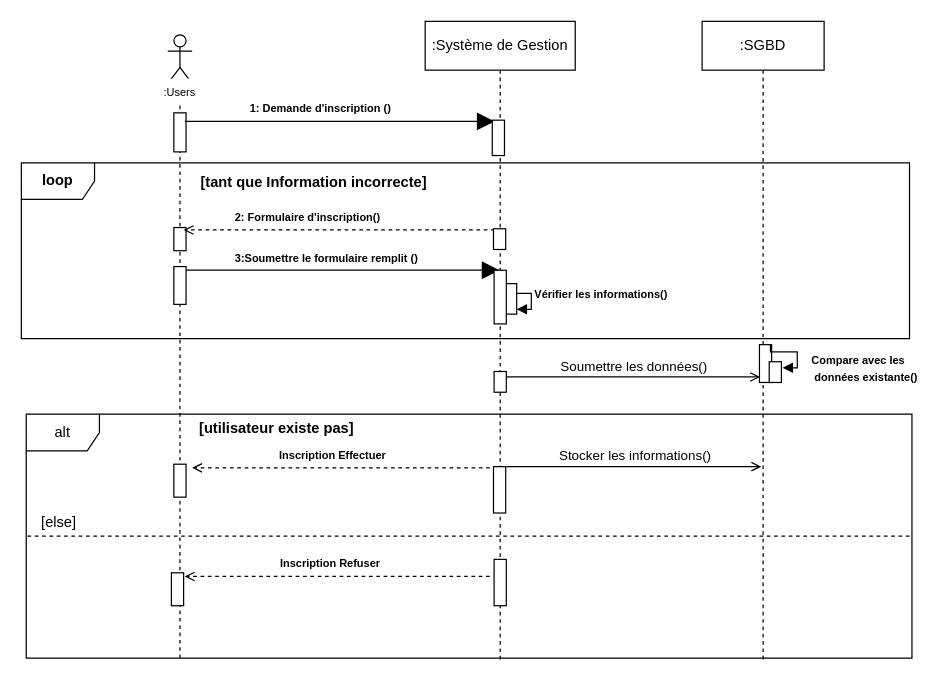
louis-fresnel99/TpGasaL1 keeps this draw.io diagram as Diagramme sequence5.drawio. Above is the earlier version. Source tidied: cells renumbered, new cells numbered last; positions are measured from the earlier drawing's top-left corner, leaving out a move shared by most shapes. Both pictures are drawn from the tidied source at 122%, with x=0, y=0 at pixel (21, 21).
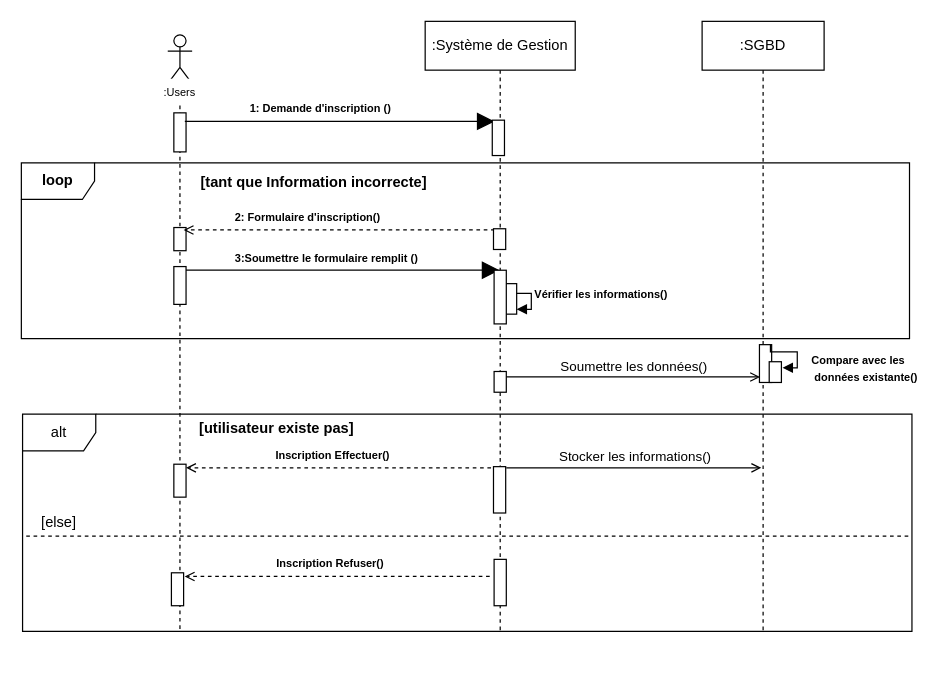
Above is the later version.

Commit message (it also covers changes not shown here):
Mettre à jour Diagramme sequence5.drawio

What changed in the source:
```diff
@@
     <mxCell id="2" value=":Système de Gestion" style="shape=umlLifeline;perimeter=lifelinePerimeter;whiteSpace=wrap;html=1;newEdgeStyle={&quot;edgeStyle&quot;:&quot;elbowEdgeStyle&quot;,&quot;elbow&quot;:&quot;vertical&quot;,&quot;curved&quot;:0,&quot;rounded&quot;:0};fillColor=light-dark(#FFFFFF, #ffffff);strokeColor=light-dark(#000000,#000000);labelBackgroundColor=none;fontColor=light-dark(#000000,#000000);" parent="1" vertex="1">
-      <mxGeometry x="331" width="123" height="524" as="geometry" />
+      <mxGeometry x="331" width="123" height="502" as="geometry" />
     </mxCell>
     <mxCell id="3" style="shape=umlLifeline;perimeter=lifelinePerimeter;whiteSpace=wrap;html=1;newEdgeStyle={&quot;curved&quot;:0,&quot;rounded&quot;:0};participant=umlActor;fillColor=light-dark(#FFFFFF,#000000);strokeColor=light-dark(#000000,#000000);" parent="1" vertex="1">
-      <mxGeometry x="120" y="11" width="20" height="511" as="geometry" />
+      <mxGeometry x="120" y="11" width="20" height="488" as="geometry" />
     </mxCell>
@@
     <mxCell id="19" value="alt" style="shape=umlFrame;whiteSpace=wrap;html=1;" parent="1" vertex="1">
-      <mxGeometry x="4" y="322" width="726" height="200" as="geometry" />
+      <mxGeometry x="1" y="322" width="729" height="178" as="geometry" />
     </mxCell>
@@
     <mxCell id="21" style="endArrow=open;html=1;rounded=0;strokeColor=light-dark(#000000,#000000);dashed=1;strokeWidth=1;endFill=0;" parent="1" edge="1">
       <mxGeometry relative="1" as="geometry">
-        <mxPoint x="390" y="366" as="sourcePoint" />
-        <mxPoint x="140" y="366" as="targetPoint" />
+        <mxPoint x="385" y="366" as="sourcePoint" />
+        <mxPoint x="135" y="366" as="targetPoint" />
       </mxGeometry>
     </mxCell>
-    <mxCell id="22" value="&lt;font style=&quot;color: light-dark(rgb(0, 0, 0), rgb(0, 0, 0)); font-size: 9px;&quot;&gt;&lt;b&gt;Inscription Effectuer&lt;/b&gt;&lt;/font&gt;" style="text;html=1;align=center;verticalAlign=middle;whiteSpace=wrap;rounded=0;" parent="1" vertex="1">
+    <mxCell id="22" value="&lt;font style=&quot;color: light-dark(rgb(0, 0, 0), rgb(0, 0, 0)); font-size: 9px;&quot;&gt;&lt;b&gt;Inscription Effectuer()&lt;/b&gt;&lt;/font&gt;" style="text;html=1;align=center;verticalAlign=middle;whiteSpace=wrap;rounded=0;" parent="1" vertex="1">
       <mxGeometry x="176" y="346" width="159" height="17" as="geometry" />
     </mxCell>
     <mxCell id="23" style="line;strokeWidth=1;fillColor=none;align=left;verticalAlign=middle;spacingTop=-1;spacingLeft=3;spacingRight=3;labelPosition=right;strokeColor=inherit;dashed=1;" parent="1" vertex="1">
-      <mxGeometry x="5" y="418" width="723" height="8" as="geometry" />
+      <mxGeometry x="4" y="418" width="723" height="8" as="geometry" />
     </mxCell>
@@
-    <mxCell id="27" value="&lt;font style=&quot;color: light-dark(rgb(0, 0, 0), rgb(0, 0, 0)); font-size: 9px;&quot;&gt;&lt;b&gt;Inscription Refuser&lt;/b&gt;&lt;/font&gt;" style="text;html=1;align=center;verticalAlign=middle;whiteSpace=wrap;rounded=0;" parent="1" vertex="1">
+    <mxCell id="27" value="&lt;font style=&quot;color: light-dark(rgb(0, 0, 0), rgb(0, 0, 0)); font-size: 9px;&quot;&gt;&lt;b&gt;Inscription Refuser()&lt;/b&gt;&lt;/font&gt;" style="text;html=1;align=center;verticalAlign=middle;whiteSpace=wrap;rounded=0;" parent="1" vertex="1">
       <mxGeometry x="174" y="435" width="159" height="17" as="geometry" />
     </mxCell>
@@
     <mxCell id="29" value=":SGBD" style="shape=umlLifeline;perimeter=lifelinePerimeter;whiteSpace=wrap;html=1;newEdgeStyle={&quot;curved&quot;:0,&quot;rounded&quot;:0};" parent="1" vertex="1">
-      <mxGeometry x="558" width="100" height="523" as="geometry" />
+      <mxGeometry x="558" width="100" height="500" as="geometry" />
     </mxCell>
@@
     <mxCell id="39" value="Stocker les informations()" style="html=1;verticalAlign=bottom;endArrow=open;curved=0;rounded=0;endFill=0;" parent="1" edge="1">
       <mxGeometry relative="1" as="geometry">
-        <mxPoint x="397.5" y="365" as="sourcePoint" />
-        <mxPoint x="606.5" y="365" as="targetPoint" />
+        <mxPoint x="397.5" y="366" as="sourcePoint" />
+        <mxPoint x="606.5" y="366" as="targetPoint" />
       </mxGeometry>
     </mxCell>
```
